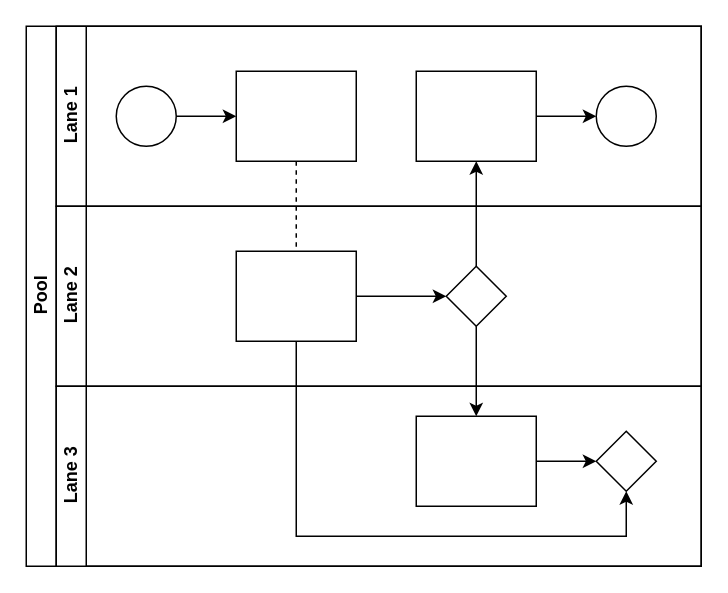
Above: 未命名绘图.drawio in DuskDrum/diagrams (draw.io), before the change. Source tidied: cells renumbered, new cells numbered last; positions are measured from the earlier drawing's top-left corner, leaving out a move shared by most shapes. Both pictures are drawn from the tidied source at 150%, with x=0, y=0 at pixel (26, 26).
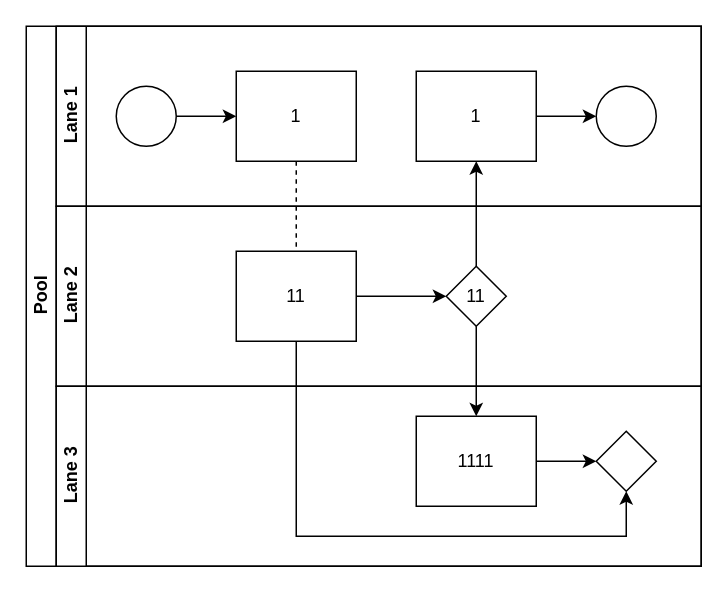
After the change.

The change refers to these unchanged cells:
```xml
<mxCell id="7" value="Lane 1" style="swimlane;html=1;startSize=20;horizontal=0;" parent="2" vertex="1">
  <mxGeometry x="20" width="430" height="120" as="geometry" />
</mxCell>
<mxCell id="14" value="Lane 2" style="swimlane;html=1;startSize=20;horizontal=0;" parent="2" vertex="1">
  <mxGeometry x="20" y="120" width="430" height="120" as="geometry" />
</mxCell>
<mxCell id="18" value="Lane 3" style="swimlane;html=1;startSize=20;horizontal=0;" parent="2" vertex="1">
  <mxGeometry x="20" y="240" width="430" height="120" as="geometry" />
</mxCell>
```

What changed in the source:
```diff
@@
-    <mxCell id="10" style="rounded=0;whiteSpace=wrap;html=1;fontFamily=Helvetica;fontSize=12;fontColor=#000000;align=center;" parent="7" vertex="1">
+    <mxCell id="10" value="1" style="rounded=0;whiteSpace=wrap;html=1;fontFamily=Helvetica;fontSize=12;fontColor=#000000;align=center;" parent="7" vertex="1">
       <mxGeometry x="120" y="30" width="80" height="60" as="geometry" />
     </mxCell>
@@
-    <mxCell id="12" style="rounded=0;whiteSpace=wrap;html=1;fontFamily=Helvetica;fontSize=12;fontColor=#000000;align=center;" parent="7" vertex="1">
+    <mxCell id="12" value="1" style="rounded=0;whiteSpace=wrap;html=1;fontFamily=Helvetica;fontSize=12;fontColor=#000000;align=center;" parent="7" vertex="1">
       <mxGeometry x="240" y="30" width="80" height="60" as="geometry" />
     </mxCell>
@@
-    <mxCell id="16" style="rounded=0;whiteSpace=wrap;html=1;fontFamily=Helvetica;fontSize=12;fontColor=#000000;align=center;" parent="14" vertex="1">
+    <mxCell id="16" value="11" style="rounded=0;whiteSpace=wrap;html=1;fontFamily=Helvetica;fontSize=12;fontColor=#000000;align=center;" parent="14" vertex="1">
       <mxGeometry x="120" y="30" width="80" height="60" as="geometry" />
     </mxCell>
-    <mxCell id="17" style="rhombus;whiteSpace=wrap;html=1;fontFamily=Helvetica;fontSize=12;fontColor=#000000;align=center;" parent="14" vertex="1">
+    <mxCell id="17" value="11" style="rhombus;whiteSpace=wrap;html=1;fontFamily=Helvetica;fontSize=12;fontColor=#000000;align=center;" parent="14" vertex="1">
       <mxGeometry x="260" y="40" width="40" height="40" as="geometry" />
     </mxCell>
@@
-    <mxCell id="20" style="rounded=0;whiteSpace=wrap;html=1;fontFamily=Helvetica;fontSize=12;fontColor=#000000;align=center;" parent="18" vertex="1">
+    <mxCell id="20" value="1111" style="rounded=0;whiteSpace=wrap;html=1;fontFamily=Helvetica;fontSize=12;fontColor=#000000;align=center;" parent="18" vertex="1">
       <mxGeometry x="240" y="20" width="80" height="60" as="geometry" />
     </mxCell>
```
